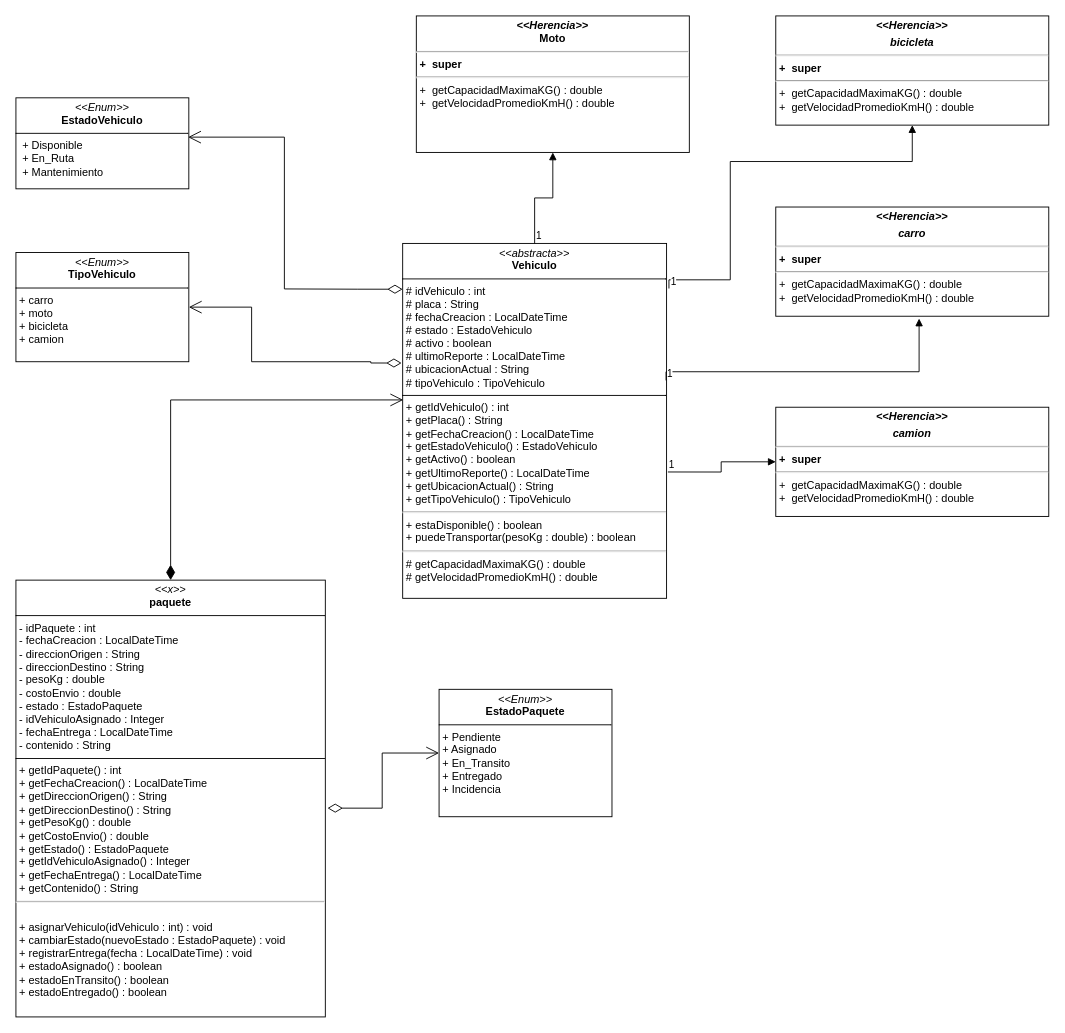
BATRUCHO/university-projects keeps this draw.io diagram as Java/Proyectos/Curso_Cliente_Servidor/Diagrama sin título.drawio. Above is the earlier version. Source tidied: cells renumbered, new cells numbered last; positions are measured from the earlier drawing's top-left corner, leaving out a move shared by most shapes. Both pictures are drawn from the tidied source at 91%, with x=0, y=0 at pixel (15, 15).
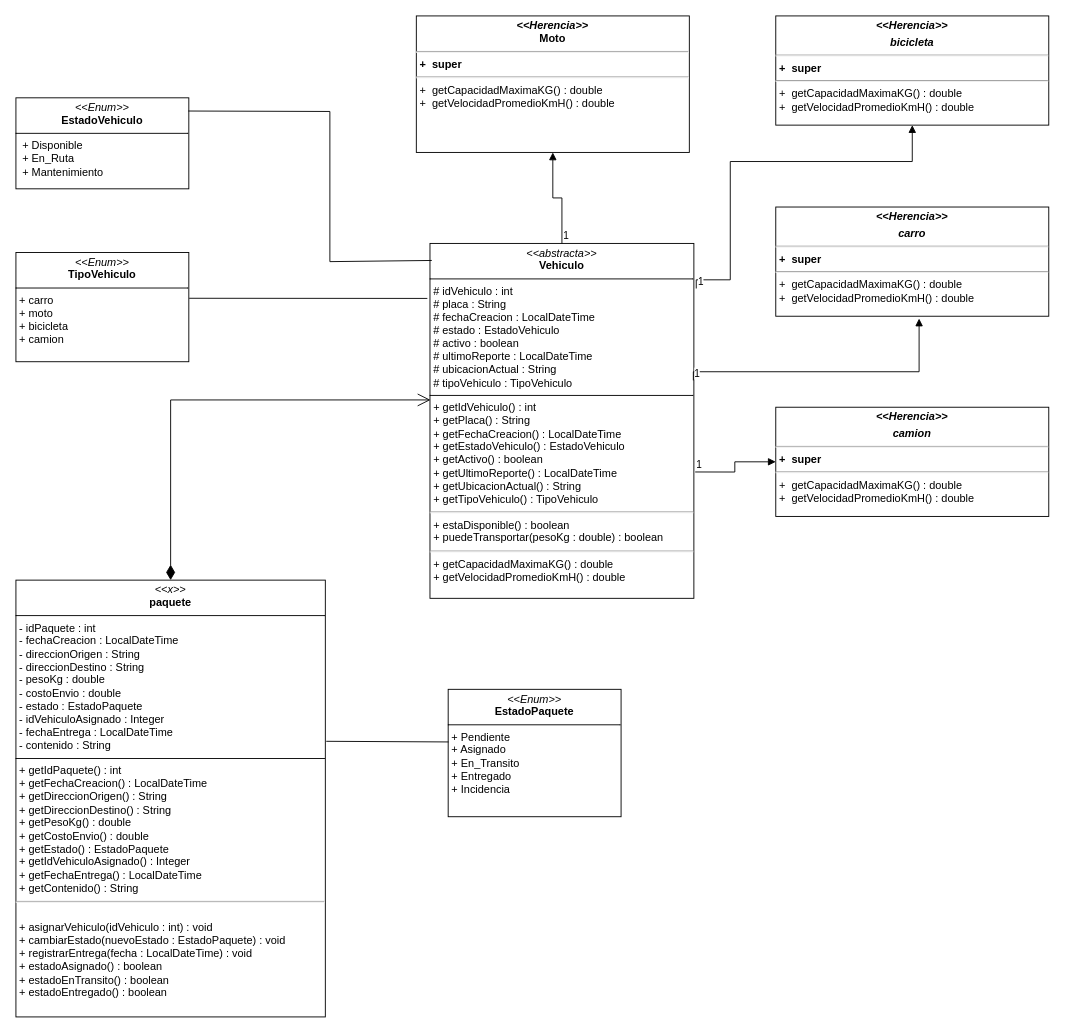
The same diagram, later.

Unchanged cells that the change refers to:
```xml
<mxCell id="3" value="&lt;p style=&quot;margin:0px;margin-top:4px;text-align:center;&quot;&gt;&lt;i&gt;&amp;lt;&amp;lt;x&amp;gt;&amp;gt;&lt;/i&gt;&lt;br&gt;&lt;b&gt;paquete&lt;/b&gt;&lt;/p&gt;&lt;hr size=&quot;1&quot; style=&quot;border-style:solid;&quot;&gt;&lt;p style=&quot;margin:0px;margin-left:4px;&quot;&gt;- idPaquete : int&lt;/p&gt;&lt;p style=&quot;margin:0px;margin-left:4px;&quot;&gt;-&amp;nbsp;fechaCreacion : LocalDateTime&lt;/p&gt;&lt;p style=&quot;margin:0px;margin-left:4px;&quot;&gt;- direccionOrigen : String&lt;/p&gt;&lt;p style=&quot;margin:0px;margin-left:4px;&quot;&gt;-&amp;nbsp;direccionDestino : String&lt;/p&gt;&lt;p style=&quot;margin:0px;margin-left:4px;&quot;&gt;-&amp;nbsp;pesoKg : double&lt;/p&gt;&lt;p style=&quot;margin:0px;margin-left:4px;&quot;&gt;-&amp;nbsp;costoEnvio : double&lt;/p&gt;&lt;p style=&quot;margin:0px;margin-left:4px;&quot;&gt;-&amp;nbsp;estado : EstadoPaquete&lt;/p&gt;&lt;p style=&quot;margin:0px;margin-left:4px;&quot;&gt;-&amp;nbsp;idVehiculoAsignado : Integer&lt;/p&gt;&lt;p style=&quot;margin:0px;margin-left:4px;&quot;&gt;-&amp;nbsp;fechaEntrega : LocalDateTime&lt;/p&gt;&lt;p style=&quot;margin:0px;margin-left:4px;&quot;&gt;-&amp;nbsp;contenido : String&lt;/p&gt;&lt;hr size=&quot;1&quot; style=&quot;border-style:solid;&quot;&gt;&lt;p style=&quot;margin:0px;margin-left:4px;&quot;&gt;+ getIdPaquete() : int&lt;br&gt;+ getFechaCreacion() : LocalDateTime&amp;nbsp;&lt;/p&gt;&lt;p style=&quot;margin:0px;margin-left:4px;&quot;&gt;+&amp;nbsp;getDireccionOrigen() : String&lt;/p&gt;&lt;p style=&quot;margin:0px;margin-left:4px;&quot;&gt;+ getDireccionDestino() : String&lt;/p&gt;&lt;p style=&quot;margin:0px;margin-left:4px;&quot;&gt;+ getPesoKg() : double&lt;/p&gt;&lt;p style=&quot;margin:0px;margin-left:4px;&quot;&gt;+ getCostoEnvio() : double&lt;/p&gt;&lt;p style=&quot;margin:0px;margin-left:4px;&quot;&gt;+&amp;nbsp;getEstado() : EstadoPaquete&lt;/p&gt;&lt;p style=&quot;margin:0px;margin-left:4px;&quot;&gt;+&amp;nbsp;getIdVehiculoAsignado() : Integer&lt;/p&gt;&lt;p style=&quot;margin:0px;margin-left:4px;&quot;&gt;+&amp;nbsp;getFechaEntrega() : LocalDateTime&lt;/p&gt;&lt;p style=&quot;margin:0px;margin-left:4px;&quot;&gt;+&amp;nbsp;getContenido() : String&lt;/p&gt;&lt;hr&gt;&lt;p style=&quot;margin:0px;margin-left:4px;&quot;&gt;&lt;br&gt;&lt;/p&gt;&lt;p style=&quot;margin:0px;margin-left:4px;&quot;&gt;+&amp;nbsp;asignarVehiculo(idVehiculo : int) : void&lt;/p&gt;&lt;p style=&quot;margin:0px;margin-left:4px;&quot;&gt;+&amp;nbsp;cambiarEstado(nuevoEstado : EstadoPaquete) : void&lt;/p&gt;&lt;p style=&quot;margin:0px;margin-left:4px;&quot;&gt;+&amp;nbsp;registrarEntrega(fecha : LocalDateTime) : void&lt;/p&gt;&lt;p style=&quot;margin:0px;margin-left:4px;&quot;&gt;+&amp;nbsp;estadoAsignado() : boolean&lt;/p&gt;&lt;p style=&quot;margin:0px;margin-left:4px;&quot;&gt;+&amp;nbsp;estadoEnTransito() : boolean&lt;/p&gt;&lt;p style=&quot;margin:0px;margin-left:4px;&quot;&gt;+&amp;nbsp;estadoEntregado() : boolean&lt;/p&gt;&lt;p style=&quot;margin:0px;margin-left:4px;&quot;&gt;&lt;br&gt;&lt;/p&gt;&lt;p style=&quot;margin:0px;margin-left:4px;&quot;&gt;&lt;br&gt;&lt;/p&gt;&lt;p style=&quot;margin:0px;margin-left:4px;&quot;&gt;&lt;br&gt;&lt;/p&gt;" style="verticalAlign=top;align=left;overflow=fill;html=1;whiteSpace=wrap;" parent="1" vertex="1">
  <mxGeometry y="620" width="340" height="480" as="geometry" />
</mxCell>
<mxCell id="5" value="&lt;p style=&quot;margin:0px;margin-top:4px;text-align:center;&quot;&gt;&lt;i&gt;&amp;lt;&amp;lt;Enum&amp;gt;&amp;gt;&lt;/i&gt;&lt;br&gt;&lt;b&gt;EstadoVehiculo&lt;/b&gt;&lt;/p&gt;&lt;hr size=&quot;1&quot; style=&quot;border-style:solid;&quot;&gt;&lt;p style=&quot;margin:0px;margin-left:4px;&quot;&gt;&amp;nbsp;+ Disponible&lt;/p&gt;&lt;p style=&quot;margin:0px;margin-left:4px;&quot;&gt;&amp;nbsp;+ En_Ruta&lt;/p&gt;&lt;p style=&quot;margin:0px;margin-left:4px;&quot;&gt;&amp;nbsp;+ Mantenimiento&lt;/p&gt;" style="verticalAlign=top;align=left;overflow=fill;html=1;whiteSpace=wrap;" parent="1" vertex="1">
  <mxGeometry y="90" width="190" height="100" as="geometry" />
</mxCell>
<mxCell id="19" value="&lt;p style=&quot;margin:0px;margin-top:4px;text-align:center;&quot;&gt;&lt;i&gt;&amp;lt;&amp;lt;Enum&amp;gt;&amp;gt;&lt;/i&gt;&lt;br&gt;&lt;b&gt;TipoVehiculo&lt;/b&gt;&lt;/p&gt;&lt;hr size=&quot;1&quot; style=&quot;border-style:solid;&quot;&gt;&lt;p style=&quot;margin:0px;margin-left:4px;&quot;&gt;+ carro&lt;/p&gt;&lt;p style=&quot;margin:0px;margin-left:4px;&quot;&gt;+ moto&lt;/p&gt;&lt;p style=&quot;margin:0px;margin-left:4px;&quot;&gt;+ bicicleta&amp;nbsp;&lt;/p&gt;&lt;p style=&quot;margin:0px;margin-left:4px;&quot;&gt;+ camion&lt;/p&gt;&lt;p style=&quot;margin:0px;margin-left:4px;&quot;&gt;&lt;br&gt;&lt;/p&gt;" style="verticalAlign=top;align=left;overflow=fill;html=1;whiteSpace=wrap;" parent="1" vertex="1">
  <mxGeometry y="260" width="190" height="120" as="geometry" />
</mxCell>
```

What changed in the source:
```diff
@@
     <mxCell id="4" value="&lt;p style=&quot;margin:0px;margin-top:4px;text-align:center;&quot;&gt;&lt;i&gt;&amp;lt;&amp;lt;Enum&amp;gt;&amp;gt;&lt;/i&gt;&lt;br&gt;&lt;b&gt;EstadoPaquete&lt;/b&gt;&lt;/p&gt;&lt;hr size=&quot;1&quot; style=&quot;border-style:solid;&quot;&gt;&lt;p style=&quot;margin:0px;margin-left:4px;&quot;&gt;+ Pendiente&lt;/p&gt;&lt;p style=&quot;margin:0px;margin-left:4px;&quot;&gt;+ Asignado&lt;/p&gt;&lt;p style=&quot;margin:0px;margin-left:4px;&quot;&gt;+ En_Transito&lt;/p&gt;&lt;p style=&quot;margin:0px;margin-left:4px;&quot;&gt;+ Entregado&lt;/p&gt;&lt;p style=&quot;margin:0px;margin-left:4px;&quot;&gt;+ Incidencia&lt;/p&gt;" style="verticalAlign=top;align=left;overflow=fill;html=1;whiteSpace=wrap;" parent="1" vertex="1">
-      <mxGeometry x="465" y="740" width="190" height="140" as="geometry" />
+      <mxGeometry x="475" y="740" width="190" height="140" as="geometry" />
     </mxCell>
@@
-    <mxCell id="6" value="&lt;p style=&quot;margin:0px;margin-top:4px;text-align:center;&quot;&gt;&lt;i&gt;&amp;lt;&amp;lt;abstracta&amp;gt;&amp;gt;&lt;/i&gt;&lt;br&gt;&lt;b&gt;Vehiculo&lt;/b&gt;&lt;/p&gt;&lt;hr size=&quot;1&quot; style=&quot;border-style:solid;&quot;&gt;&lt;p style=&quot;margin:0px;margin-left:4px;&quot;&gt;# idVehiculo : int&lt;/p&gt;&lt;p style=&quot;margin:0px;margin-left:4px;&quot;&gt;# placa : String&lt;/p&gt;&lt;p style=&quot;margin:0px;margin-left:4px;&quot;&gt;# fechaCreacion : LocalDateTime&lt;/p&gt;&lt;p style=&quot;margin:0px;margin-left:4px;&quot;&gt;# estado : EstadoVehiculo&lt;/p&gt;&lt;p style=&quot;margin:0px;margin-left:4px;&quot;&gt;# activo : boolean&amp;nbsp;&lt;/p&gt;&lt;p style=&quot;margin:0px;margin-left:4px;&quot;&gt;# ultimoReporte : LocalDateTime&lt;/p&gt;&lt;p style=&quot;margin:0px;margin-left:4px;&quot;&gt;# ubicacionActual : String&lt;/p&gt;&lt;p style=&quot;margin:0px;margin-left:4px;&quot;&gt;# tipoVehiculo : TipoVehiculo&lt;/p&gt;&lt;hr size=&quot;1&quot; style=&quot;border-style:solid;&quot;&gt;&lt;p style=&quot;margin:0px;margin-left:4px;&quot;&gt;+ getIdVehiculo() : int&lt;br&gt;+ getPlaca() : String&lt;/p&gt;&lt;p style=&quot;margin:0px;margin-left:4px;&quot;&gt;+&amp;nbsp;getFechaCreacion() : LocalDateTime&lt;/p&gt;&lt;p style=&quot;margin:0px;margin-left:4px;&quot;&gt;+&amp;nbsp;getEstadoVehiculo() : EstadoVehiculo&lt;/p&gt;&lt;p style=&quot;margin:0px;margin-left:4px;&quot;&gt;+ getActivo() : boolean&lt;/p&gt;&lt;p style=&quot;margin:0px;margin-left:4px;&quot;&gt;+&amp;nbsp;getUltimoReporte() : LocalDateTime&lt;/p&gt;&lt;p style=&quot;margin:0px;margin-left:4px;&quot;&gt;+&amp;nbsp;getUbicacionActual() : String&lt;/p&gt;&lt;p style=&quot;margin:0px;margin-left:4px;&quot;&gt;+&amp;nbsp;getTipoVehiculo() : TipoVehiculo&lt;/p&gt;&lt;hr&gt;&lt;p style=&quot;margin:0px;margin-left:4px;&quot;&gt;+ estaDisponible() : boolean&lt;/p&gt;&lt;p style=&quot;margin:0px;margin-left:4px;&quot;&gt;+&amp;nbsp;puedeTransportar(pesoKg : double) : boolean&lt;/p&gt;&lt;hr&gt;&lt;p style=&quot;margin:0px;margin-left:4px;&quot;&gt;#&amp;nbsp;getCapacidadMaximaKG() : double&lt;/p&gt;&lt;p style=&quot;margin:0px;margin-left:4px;&quot;&gt;#&amp;nbsp;getVelocidadPromedioKmH() : double&lt;/p&gt;&lt;p style=&quot;margin:0px;margin-left:4px;&quot;&gt;&lt;br&gt;&lt;/p&gt;" style="verticalAlign=top;align=left;overflow=fill;html=1;whiteSpace=wrap;" parent="1" vertex="1">
-      <mxGeometry x="425" y="250" width="290" height="390" as="geometry" />
+    <mxCell id="6" value="&lt;p style=&quot;margin:0px;margin-top:4px;text-align:center;&quot;&gt;&lt;i&gt;&amp;lt;&amp;lt;abstracta&amp;gt;&amp;gt;&lt;/i&gt;&lt;br&gt;&lt;b&gt;Vehiculo&lt;/b&gt;&lt;/p&gt;&lt;hr size=&quot;1&quot; style=&quot;border-style:solid;&quot;&gt;&lt;p style=&quot;margin:0px;margin-left:4px;&quot;&gt;# idVehiculo : int&lt;/p&gt;&lt;p style=&quot;margin:0px;margin-left:4px;&quot;&gt;# placa : String&lt;/p&gt;&lt;p style=&quot;margin:0px;margin-left:4px;&quot;&gt;# fechaCreacion : LocalDateTime&lt;/p&gt;&lt;p style=&quot;margin:0px;margin-left:4px;&quot;&gt;# estado : EstadoVehiculo&lt;/p&gt;&lt;p style=&quot;margin:0px;margin-left:4px;&quot;&gt;# activo : boolean&amp;nbsp;&lt;/p&gt;&lt;p style=&quot;margin:0px;margin-left:4px;&quot;&gt;# ultimoReporte : LocalDateTime&lt;/p&gt;&lt;p style=&quot;margin:0px;margin-left:4px;&quot;&gt;# ubicacionActual : String&lt;/p&gt;&lt;p style=&quot;margin:0px;margin-left:4px;&quot;&gt;# tipoVehiculo : TipoVehiculo&lt;/p&gt;&lt;hr size=&quot;1&quot; style=&quot;border-style:solid;&quot;&gt;&lt;p style=&quot;margin:0px;margin-left:4px;&quot;&gt;+ getIdVehiculo() : int&lt;br&gt;+ getPlaca() : String&lt;/p&gt;&lt;p style=&quot;margin:0px;margin-left:4px;&quot;&gt;+&amp;nbsp;getFechaCreacion() : LocalDateTime&lt;/p&gt;&lt;p style=&quot;margin:0px;margin-left:4px;&quot;&gt;+&amp;nbsp;getEstadoVehiculo() : EstadoVehiculo&lt;/p&gt;&lt;p style=&quot;margin:0px;margin-left:4px;&quot;&gt;+ getActivo() : boolean&lt;/p&gt;&lt;p style=&quot;margin:0px;margin-left:4px;&quot;&gt;+&amp;nbsp;getUltimoReporte() : LocalDateTime&lt;/p&gt;&lt;p style=&quot;margin:0px;margin-left:4px;&quot;&gt;+&amp;nbsp;getUbicacionActual() : String&lt;/p&gt;&lt;p style=&quot;margin:0px;margin-left:4px;&quot;&gt;+&amp;nbsp;getTipoVehiculo() : TipoVehiculo&lt;/p&gt;&lt;hr&gt;&lt;p style=&quot;margin:0px;margin-left:4px;&quot;&gt;+ estaDisponible() : boolean&lt;/p&gt;&lt;p style=&quot;margin:0px;margin-left:4px;&quot;&gt;+&amp;nbsp;puedeTransportar(pesoKg : double) : boolean&lt;/p&gt;&lt;hr&gt;&lt;p style=&quot;margin:0px;margin-left:4px;&quot;&gt;+ getCapacidadMaximaKG() : double&lt;/p&gt;&lt;p style=&quot;margin:0px;margin-left:4px;&quot;&gt;+ getVelocidadPromedioKmH() : double&lt;/p&gt;&lt;p style=&quot;margin:0px;margin-left:4px;&quot;&gt;&lt;br&gt;&lt;/p&gt;" style="verticalAlign=top;align=left;overflow=fill;html=1;whiteSpace=wrap;" parent="1" vertex="1">
+      <mxGeometry x="455" y="250" width="290" height="390" as="geometry" />
     </mxCell>
@@
-    <mxCell id="20" style="endArrow=open;html=1;endSize=12;startArrow=diamondThin;startSize=14;startFill=0;edgeStyle=orthogonalEdgeStyle;align=left;verticalAlign=bottom;rounded=0;exitX=1.007;exitY=0.522;exitDx=0;exitDy=0;exitPerimeter=0;entryX=0;entryY=0.5;entryDx=0;entryDy=0;" parent="1" edge="1" source="3" target="4">
-      <mxGeometry x="-1" y="3" relative="1" as="geometry" />
-    </mxCell>
-    <mxCell id="21" style="endArrow=open;html=1;endSize=12;startArrow=diamondThin;startSize=14;startFill=0;edgeStyle=orthogonalEdgeStyle;align=left;verticalAlign=bottom;rounded=0;exitX=-0.004;exitY=0.337;exitDx=0;exitDy=0;exitPerimeter=0;entryX=1;entryY=0.5;entryDx=0;entryDy=0;" parent="1" edge="1" source="6" target="19">
-      <mxGeometry x="-1" y="3" relative="1" as="geometry">
-        <Array as="points">
-          <mxPoint x="390" y="381" />
-          <mxPoint x="390" y="380" />
-          <mxPoint x="259" y="380" />
-          <mxPoint x="259" y="320" />
-        </Array>
-      </mxGeometry>
-    </mxCell>
-    <mxCell id="22" style="endArrow=open;html=1;endSize=12;startArrow=diamondThin;startSize=14;startFill=0;edgeStyle=orthogonalEdgeStyle;align=left;verticalAlign=bottom;rounded=0;exitX=0;exitY=0.129;exitDx=0;exitDy=0;exitPerimeter=0;entryX=0.996;entryY=0.432;entryDx=0;entryDy=0;entryPerimeter=0;" parent="1" edge="1" source="6" target="5">
-      <mxGeometry x="-1" y="3" relative="1" as="geometry">
-        <Array as="points">
-          <mxPoint x="375" y="300" />
-          <mxPoint x="295" y="300" />
-          <mxPoint x="295" y="133" />
-        </Array>
-      </mxGeometry>
-    </mxCell>
+    <mxCell id="23" style="endArrow=none;html=1;rounded=0;entryX=0.007;entryY=0.048;entryDx=0;entryDy=0;entryPerimeter=0;exitX=0.997;exitY=0.145;exitDx=0;exitDy=0;exitPerimeter=0;" parent="1" edge="1" source="5" target="6">
+      <mxGeometry relative="1" as="geometry">
+        <Array as="points">
+          <mxPoint x="345" y="105" />
+          <mxPoint x="345" y="270" />
+        </Array>
+      </mxGeometry>
+    </mxCell>
+    <mxCell id="24" style="endArrow=none;html=1;rounded=0;exitX=1.002;exitY=0.419;exitDx=0;exitDy=0;exitPerimeter=0;entryX=-0.01;entryY=0.155;entryDx=0;entryDy=0;entryPerimeter=0;" parent="1" edge="1" source="19" target="6">
+      <mxGeometry relative="1" as="geometry" />
+    </mxCell>
+    <mxCell id="25" style="endArrow=none;html=1;rounded=0;entryX=1.003;entryY=0.369;entryDx=0;entryDy=0;entryPerimeter=0;exitX=0.002;exitY=0.413;exitDx=0;exitDy=0;exitPerimeter=0;" parent="1" edge="1" source="4" target="3">
+      <mxGeometry relative="1" as="geometry" />
+    </mxCell>
```
